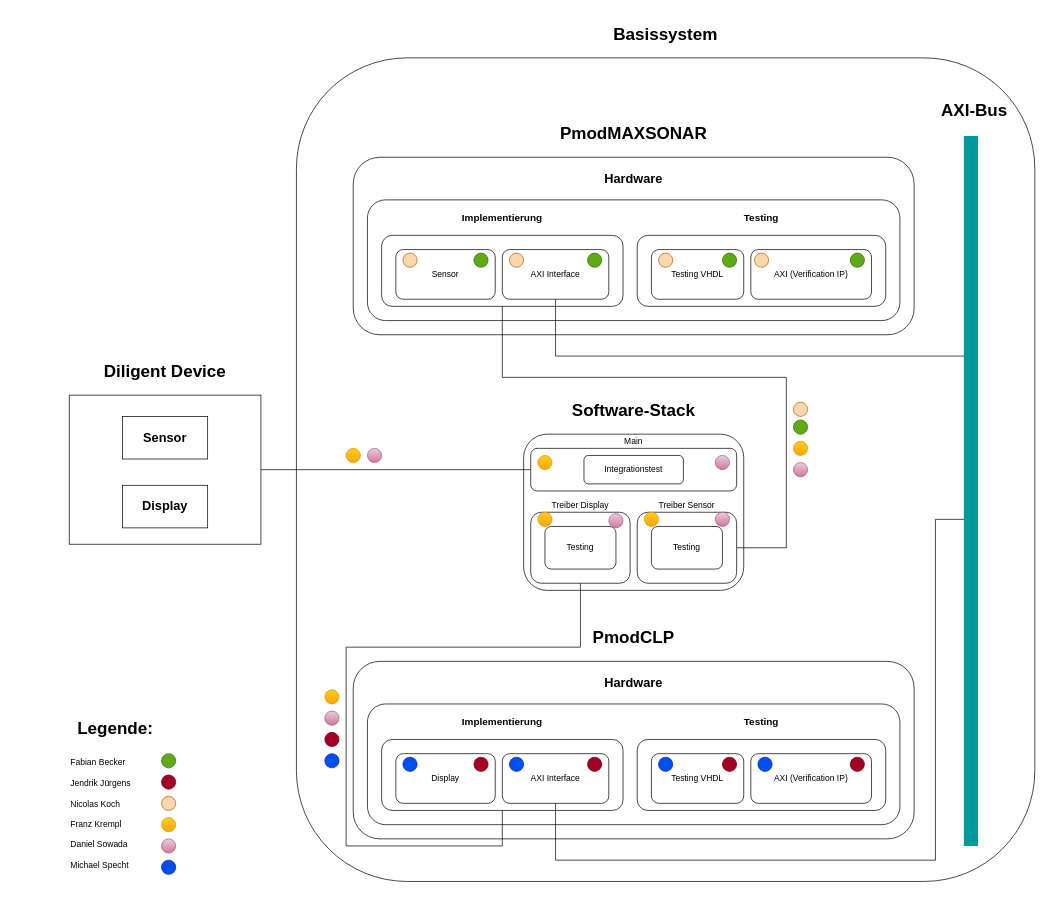
Above: our_created_docs/projektzielsetzung/blockbilder/system.drawio in fabibec/CA-Project (draw.io), before the change. Source tidied: cells renumbered, new cells numbered last; positions are measured from the earlier drawing's top-left corner, leaving out a move shared by most shapes. Both pictures are drawn from the tidied source at 71%, with x=0, y=0 at pixel (69, 58).
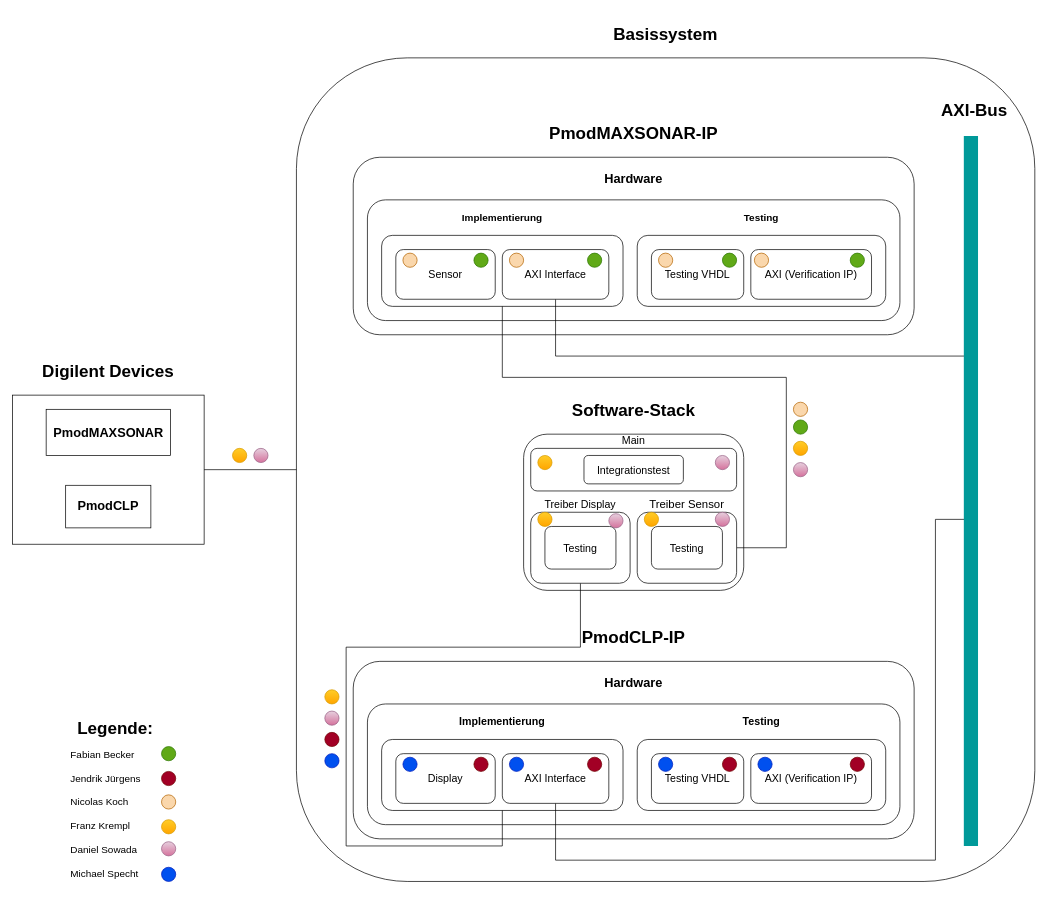
The same diagram, later.

Commit message (it also covers changes not shown here):
update systemblockbild, update display register mapping

The change refers to these unchanged cells:
```xml
<mxCell id="3" value="&lt;h1&gt;Basissystem&lt;/h1&gt;" style="rounded=1;whiteSpace=wrap;html=1;labelPosition=center;verticalLabelPosition=top;align=center;verticalAlign=bottom;" parent="1" vertex="1">
  <mxGeometry x="320" width="1040" height="1160" as="geometry" />
</mxCell>
```

The edit, as a diff of the source:
```diff
@@
-    <mxCell id="2" value="&lt;h1&gt;Diligent Device&lt;/h1&gt;" style="rounded=0;whiteSpace=wrap;html=1;labelPosition=center;verticalLabelPosition=top;align=center;verticalAlign=bottom;" parent="1" vertex="1">
-      <mxGeometry y="475" width="270" height="210" as="geometry" />
+    <mxCell id="2" value="&lt;h1&gt;Digilent Devices&lt;/h1&gt;" style="rounded=0;whiteSpace=wrap;html=1;labelPosition=center;verticalLabelPosition=top;align=center;verticalAlign=bottom;" parent="1" vertex="1">
+      <mxGeometry x="-80" y="475" width="270" height="210" as="geometry" />
     </mxCell>
@@
-    <mxCell id="4" value="&lt;h1&gt;PmodCLP&lt;/h1&gt;" style="rounded=1;whiteSpace=wrap;html=1;align=center;labelPosition=center;verticalLabelPosition=top;verticalAlign=bottom;" parent="1" vertex="1">
+    <mxCell id="4" value="&lt;h1&gt;PmodCLP-IP&lt;/h1&gt;" style="rounded=1;whiteSpace=wrap;html=1;align=center;labelPosition=center;verticalLabelPosition=top;verticalAlign=bottom;" parent="1" vertex="1">
       <mxGeometry x="400" y="850" width="790" height="250" as="geometry" />
     </mxCell>
@@
-    <mxCell id="6" value="&lt;h3&gt;Implementierung&lt;/h3&gt;" style="rounded=1;whiteSpace=wrap;html=1;labelPosition=center;verticalLabelPosition=top;align=center;verticalAlign=bottom;" parent="1" vertex="1">
+    <mxCell id="6" value="&lt;h3&gt;&lt;font style=&quot;font-size: 15px;&quot;&gt;Implementierung&lt;/font&gt;&lt;/h3&gt;" style="rounded=1;whiteSpace=wrap;html=1;labelPosition=center;verticalLabelPosition=top;align=center;verticalAlign=bottom;" parent="1" vertex="1">
       <mxGeometry x="440" y="960" width="340" height="100" as="geometry" />
     </mxCell>
-    <mxCell id="7" value="&lt;h3&gt;Testing&lt;/h3&gt;" style="rounded=1;whiteSpace=wrap;html=1;labelPosition=center;verticalLabelPosition=top;align=center;verticalAlign=bottom;" parent="1" vertex="1">
+    <mxCell id="7" value="&lt;h3&gt;&lt;font style=&quot;font-size: 15px;&quot;&gt;Testing&lt;/font&gt;&lt;/h3&gt;" style="rounded=1;whiteSpace=wrap;html=1;labelPosition=center;verticalLabelPosition=top;align=center;verticalAlign=bottom;" parent="1" vertex="1">
       <mxGeometry x="800" y="960" width="350" height="100" as="geometry" />
     </mxCell>
-    <mxCell id="8" value="AXI (Verification IP)" style="rounded=1;whiteSpace=wrap;html=1;" parent="1" vertex="1">
+    <mxCell id="8" value="&lt;font style=&quot;font-size: 15px;&quot;&gt;AXI (Verification IP)&lt;/font&gt;" style="rounded=1;whiteSpace=wrap;html=1;" parent="1" vertex="1">
       <mxGeometry x="960" y="980" width="170" height="70" as="geometry" />
     </mxCell>
-    <mxCell id="9" value="Testing VHDL" style="rounded=1;whiteSpace=wrap;html=1;" parent="1" vertex="1">
+    <mxCell id="9" value="&lt;font style=&quot;font-size: 15px;&quot;&gt;Testing VHDL&lt;/font&gt;" style="rounded=1;whiteSpace=wrap;html=1;" parent="1" vertex="1">
       <mxGeometry x="820" y="980" width="130" height="70" as="geometry" />
     </mxCell>
-    <mxCell id="10" value="Display" style="rounded=1;whiteSpace=wrap;html=1;" parent="1" vertex="1">
+    <mxCell id="10" value="&lt;font style=&quot;font-size: 15px;&quot;&gt;Display&lt;/font&gt;" style="rounded=1;whiteSpace=wrap;html=1;" parent="1" vertex="1">
       <mxGeometry x="460" y="980" width="140" height="70" as="geometry" />
     </mxCell>
@@
-    <mxCell id="12" value="AXI Interface" style="rounded=1;whiteSpace=wrap;html=1;" parent="1" vertex="1">
+    <mxCell id="12" value="&lt;font style=&quot;font-size: 15px;&quot;&gt;AXI Interface&lt;/font&gt;" style="rounded=1;whiteSpace=wrap;html=1;" parent="1" vertex="1">
       <mxGeometry x="610" y="980" width="150" height="70" as="geometry" />
     </mxCell>
-    <mxCell id="13" value="&lt;h1&gt;PmodMAXSONAR&lt;/h1&gt;" style="rounded=1;whiteSpace=wrap;html=1;align=center;labelPosition=center;verticalLabelPosition=top;verticalAlign=bottom;" parent="1" vertex="1">
+    <mxCell id="13" value="&lt;h1&gt;PmodMAXSONAR-IP&lt;/h1&gt;" style="rounded=1;whiteSpace=wrap;html=1;align=center;labelPosition=center;verticalLabelPosition=top;verticalAlign=bottom;" parent="1" vertex="1">
       <mxGeometry x="400" y="140" width="790" height="250" as="geometry" />
     </mxCell>
@@
-    <mxCell id="17" value="AXI (Verification IP)" style="rounded=1;whiteSpace=wrap;html=1;" parent="1" vertex="1">
+    <mxCell id="17" value="&lt;font style=&quot;font-size: 15px;&quot;&gt;AXI (Verification IP)&lt;/font&gt;" style="rounded=1;whiteSpace=wrap;html=1;" parent="1" vertex="1">
       <mxGeometry x="960" y="270" width="170" height="70" as="geometry" />
     </mxCell>
-    <mxCell id="18" value="Testing VHDL" style="rounded=1;whiteSpace=wrap;html=1;" parent="1" vertex="1">
+    <mxCell id="18" value="&lt;font style=&quot;font-size: 15px;&quot;&gt;Testing VHDL&lt;/font&gt;" style="rounded=1;whiteSpace=wrap;html=1;" parent="1" vertex="1">
       <mxGeometry x="820" y="270" width="130" height="70" as="geometry" />
     </mxCell>
-    <mxCell id="19" value="Sensor" style="rounded=1;whiteSpace=wrap;html=1;" parent="1" vertex="1">
+    <mxCell id="19" value="&lt;font style=&quot;font-size: 15px;&quot;&gt;Sensor&lt;/font&gt;" style="rounded=1;whiteSpace=wrap;html=1;" parent="1" vertex="1">
       <mxGeometry x="460" y="270" width="140" height="70" as="geometry" />
     </mxCell>
@@
-    <mxCell id="21" value="AXI Interface" style="rounded=1;whiteSpace=wrap;html=1;" parent="1" vertex="1">
+    <mxCell id="21" value="&lt;font style=&quot;font-size: 15px;&quot;&gt;AXI Interface&lt;/font&gt;" style="rounded=1;whiteSpace=wrap;html=1;" parent="1" vertex="1">
       <mxGeometry x="610" y="270" width="150" height="70" as="geometry" />
     </mxCell>
@@
-    <mxCell id="23" style="edgeStyle=orthogonalEdgeStyle;rounded=0;jettySize=auto;html=1;exitX=0;exitY=0.5;exitDx=0;exitDy=0;entryX=1;entryY=0.5;entryDx=0;entryDy=0;endArrow=none;startFill=0;" parent="1" edge="1" source="24" target="2">
+    <mxCell id="23" style="edgeStyle=orthogonalEdgeStyle;rounded=0;jettySize=auto;html=1;exitX=0;exitY=0.5;exitDx=0;exitDy=0;entryX=1;entryY=0.5;entryDx=0;entryDy=0;endArrow=none;startFill=0;" parent="1" edge="1" source="3" target="2">
       <mxGeometry relative="1" as="geometry" />
     </mxCell>
-    <mxCell id="24" value="Main" style="rounded=1;whiteSpace=wrap;html=1;labelPosition=center;verticalLabelPosition=top;align=center;verticalAlign=bottom;" parent="1" vertex="1">
+    <mxCell id="24" value="&lt;font style=&quot;font-size: 15px;&quot;&gt;Main&lt;/font&gt;" style="rounded=1;whiteSpace=wrap;html=1;labelPosition=center;verticalLabelPosition=top;align=center;verticalAlign=bottom;" parent="1" vertex="1">
       <mxGeometry x="650" y="550" width="290" height="60" as="geometry" />
     </mxCell>
@@
-    <mxCell id="26" value="Treiber Display" style="rounded=1;whiteSpace=wrap;html=1;labelPosition=center;verticalLabelPosition=top;align=center;verticalAlign=bottom;" parent="1" vertex="1">
+    <mxCell id="26" value="&lt;font style=&quot;font-size: 15px;&quot;&gt;Treiber Display&lt;/font&gt;" style="rounded=1;whiteSpace=wrap;html=1;labelPosition=center;verticalLabelPosition=top;align=center;verticalAlign=bottom;" parent="1" vertex="1">
       <mxGeometry x="650" y="640" width="140" height="100" as="geometry" />
     </mxCell>
@@
-    <mxCell id="28" value="Treiber Sensor" style="rounded=1;whiteSpace=wrap;html=1;labelPosition=center;verticalLabelPosition=top;align=center;verticalAlign=bottom;" parent="1" vertex="1">
+    <mxCell id="28" value="&lt;font style=&quot;font-size: 16px;&quot;&gt;Treiber Sensor&lt;/font&gt;" style="rounded=1;whiteSpace=wrap;html=1;labelPosition=center;verticalLabelPosition=top;align=center;verticalAlign=bottom;" parent="1" vertex="1">
       <mxGeometry x="800" y="640" width="140" height="100" as="geometry" />
     </mxCell>
-    <mxCell id="29" value="Integrationstest" style="rounded=1;whiteSpace=wrap;html=1;" parent="1" vertex="1">
+    <mxCell id="29" value="&lt;font style=&quot;font-size: 15px;&quot;&gt;Integrationstest&lt;/font&gt;" style="rounded=1;whiteSpace=wrap;html=1;" parent="1" vertex="1">
       <mxGeometry x="725" y="560" width="140" height="40" as="geometry" />
     </mxCell>
-    <mxCell id="30" value="Testing" style="rounded=1;whiteSpace=wrap;html=1;" parent="1" vertex="1">
+    <mxCell id="30" value="&lt;font style=&quot;font-size: 15px;&quot;&gt;Testing&lt;/font&gt;" style="rounded=1;whiteSpace=wrap;html=1;" parent="1" vertex="1">
       <mxGeometry x="670" y="660" width="100" height="60" as="geometry" />
     </mxCell>
-    <mxCell id="31" value="Testing" style="rounded=1;whiteSpace=wrap;html=1;" parent="1" vertex="1">
+    <mxCell id="31" value="&lt;font style=&quot;font-size: 15px;&quot;&gt;Testing&lt;/font&gt;" style="rounded=1;whiteSpace=wrap;html=1;" parent="1" vertex="1">
       <mxGeometry x="820" y="660" width="100" height="60" as="geometry" />
     </mxCell>
-    <mxCell id="32" value="&lt;h2&gt;Sensor&lt;/h2&gt;" style="rounded=0;whiteSpace=wrap;html=1;" parent="1" vertex="1">
-      <mxGeometry x="75" y="505" width="120" height="60" as="geometry" />
+    <mxCell id="32" value="&lt;h2&gt;PmodMAXSONAR&lt;/h2&gt;" style="rounded=0;whiteSpace=wrap;html=1;" parent="1" vertex="1">
+      <mxGeometry x="-32.5" y="495" width="175" height="65" as="geometry" />
     </mxCell>
-    <mxCell id="33" value="&lt;h2&gt;Display&lt;/h2&gt;" style="rounded=0;whiteSpace=wrap;html=1;" parent="1" vertex="1">
-      <mxGeometry x="75" y="602" width="120" height="60" as="geometry" />
+    <mxCell id="33" value="&lt;h2&gt;PmodCLP&lt;/h2&gt;" style="rounded=0;whiteSpace=wrap;html=1;" parent="1" vertex="1">
+      <mxGeometry x="-5" y="602" width="120" height="60" as="geometry" />
     </mxCell>
@@
-    <mxCell id="35" value="Fabian Becker&lt;div&gt;&lt;br&gt;&lt;/div&gt;&lt;div&gt;Jendrik Jürgens&lt;/div&gt;&lt;div&gt;&lt;br&gt;&lt;/div&gt;&lt;div&gt;Nicolas Koch&lt;/div&gt;&lt;div&gt;&lt;br&gt;&lt;/div&gt;&lt;div&gt;Franz Krempl&lt;/div&gt;&lt;div&gt;&lt;br&gt;&lt;/div&gt;&lt;div&gt;Daniel Sowada&lt;/div&gt;&lt;div&gt;&lt;br&gt;&lt;/div&gt;&lt;div&gt;Michael Specht&lt;/div&gt;" style="text;html=1;align=left;verticalAlign=middle;strokeColor=none;fillColor=none;" parent="1" vertex="1">
-      <mxGeometry y="980" width="110" height="170" as="geometry" />
+    <mxCell id="35" value="&lt;font style=&quot;font-size: 14px;&quot;&gt;Fabian Becker&lt;/font&gt;&lt;div&gt;&lt;font style=&quot;font-size: 14px;&quot;&gt;&lt;br&gt;&lt;/font&gt;&lt;/div&gt;&lt;div&gt;&lt;font style=&quot;font-size: 14px;&quot;&gt;Jendrik Jürgens&lt;/font&gt;&lt;/div&gt;&lt;div&gt;&lt;font style=&quot;font-size: 14px;&quot;&gt;&lt;br&gt;&lt;/font&gt;&lt;/div&gt;&lt;div&gt;&lt;font style=&quot;font-size: 14px;&quot;&gt;Nicolas Koch&lt;/font&gt;&lt;/div&gt;&lt;div&gt;&lt;font style=&quot;font-size: 14px;&quot;&gt;&lt;br&gt;&lt;/font&gt;&lt;/div&gt;&lt;div&gt;&lt;font style=&quot;font-size: 14px;&quot;&gt;Franz Krempl&lt;/font&gt;&lt;/div&gt;&lt;div&gt;&lt;font style=&quot;font-size: 14px;&quot;&gt;&lt;br&gt;&lt;/font&gt;&lt;/div&gt;&lt;div&gt;&lt;font style=&quot;font-size: 14px;&quot;&gt;Daniel Sowada&lt;/font&gt;&lt;/div&gt;&lt;div&gt;&lt;font style=&quot;font-size: 14px;&quot;&gt;&lt;br&gt;&lt;/font&gt;&lt;/div&gt;&lt;div&gt;&lt;font style=&quot;font-size: 14px;&quot;&gt;Michael Specht&lt;/font&gt;&lt;/div&gt;" style="text;html=1;align=left;verticalAlign=middle;strokeColor=none;fillColor=none;" parent="1" vertex="1">
+      <mxGeometry y="965" width="120" height="200" as="geometry" />
     </mxCell>
     <mxCell id="36" style="ellipse;whiteSpace=wrap;html=1;fillColor=#fad7ac;strokeColor=#b46504;" parent="1" vertex="1">
-      <mxGeometry x="130" y="1040" width="20" height="20" as="geometry" />
+      <mxGeometry x="130" y="1038" width="20" height="20" as="geometry" />
     </mxCell>
     <mxCell id="37" style="ellipse;whiteSpace=wrap;html=1;fillColor=#ffcd28;strokeColor=#d79b00;gradientColor=#ffa500;" parent="1" vertex="1">
-      <mxGeometry x="130" y="1070" width="20" height="20" as="geometry" />
+      <mxGeometry x="130" y="1073" width="20" height="20" as="geometry" />
     </mxCell>
     <mxCell id="38" style="ellipse;whiteSpace=wrap;html=1;fillColor=#e6d0de;gradientColor=#d5739d;strokeColor=#996185;" parent="1" vertex="1">
-      <mxGeometry x="130" y="1100" width="20" height="20" as="geometry" />
+      <mxGeometry x="130" y="1104" width="20" height="20" as="geometry" />
     </mxCell>
     <mxCell id="39" style="ellipse;whiteSpace=wrap;html=1;fillColor=#a20025;fontColor=#ffffff;strokeColor=#6F0000;" parent="1" vertex="1">
-      <mxGeometry x="130" y="1010" width="20" height="20" as="geometry" />
+      <mxGeometry x="130" y="1005" width="20" height="20" as="geometry" />
     </mxCell>
     <mxCell id="40" style="ellipse;whiteSpace=wrap;html=1;fillColor=#60a917;fontColor=#ffffff;strokeColor=#2D7600;" parent="1" vertex="1">
-      <mxGeometry x="130" y="980" width="20" height="20" as="geometry" />
+      <mxGeometry x="130" y="970" width="20" height="20" as="geometry" />
     </mxCell>
     <mxCell id="41" style="ellipse;whiteSpace=wrap;html=1;fillColor=#0050ef;fontColor=#ffffff;strokeColor=#001DBC;" parent="1" vertex="1">
-      <mxGeometry x="130" y="1130" width="20" height="20" as="geometry" />
+      <mxGeometry x="130" y="1140" width="20" height="20" as="geometry" />
     </mxCell>
@@
     <mxCell id="74" style="ellipse;whiteSpace=wrap;html=1;fillColor=#ffcd28;strokeColor=#d79b00;gradientColor=#ffa500;" parent="1" vertex="1">
-      <mxGeometry x="390" y="550" width="20" height="20" as="geometry" />
+      <mxGeometry x="230" y="550" width="20" height="20" as="geometry" />
     </mxCell>
     <mxCell id="75" style="ellipse;whiteSpace=wrap;html=1;fillColor=#e6d0de;gradientColor=#d5739d;strokeColor=#996185;" parent="1" vertex="1">
-      <mxGeometry x="420" y="550" width="20" height="20" as="geometry" />
+      <mxGeometry x="260" y="550" width="20" height="20" as="geometry" />
     </mxCell>
```
